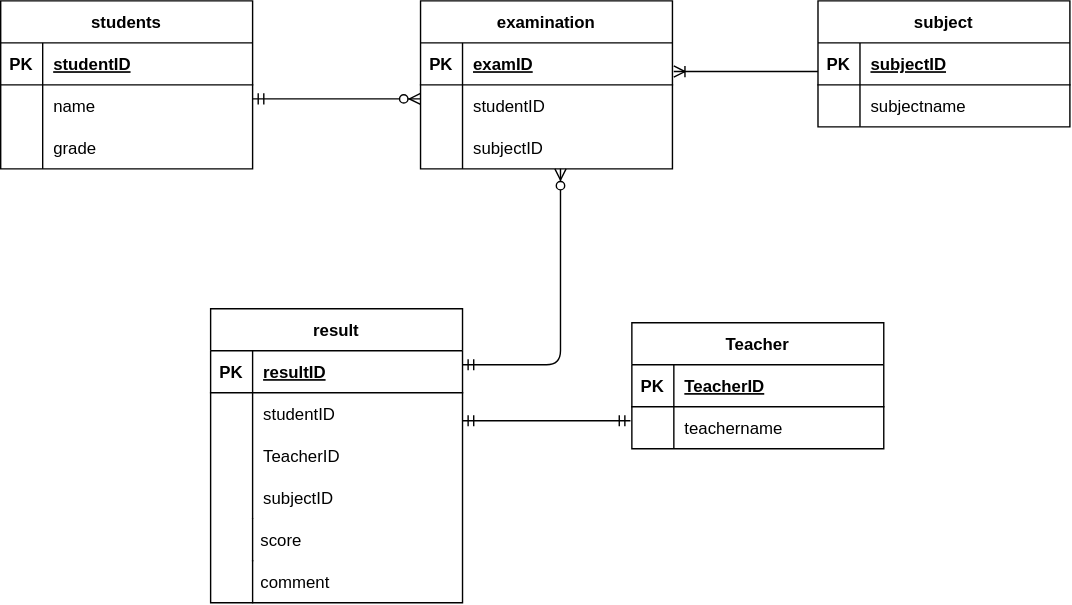
Before: ER.drawio.svg, a diagram exported from draw.io (ohashi3589/20230217_ohashi). Source tidied: cells renumbered, new cells last; positions are measured from the earlier drawing's top-left corner, leaving out a move shared by most shapes.
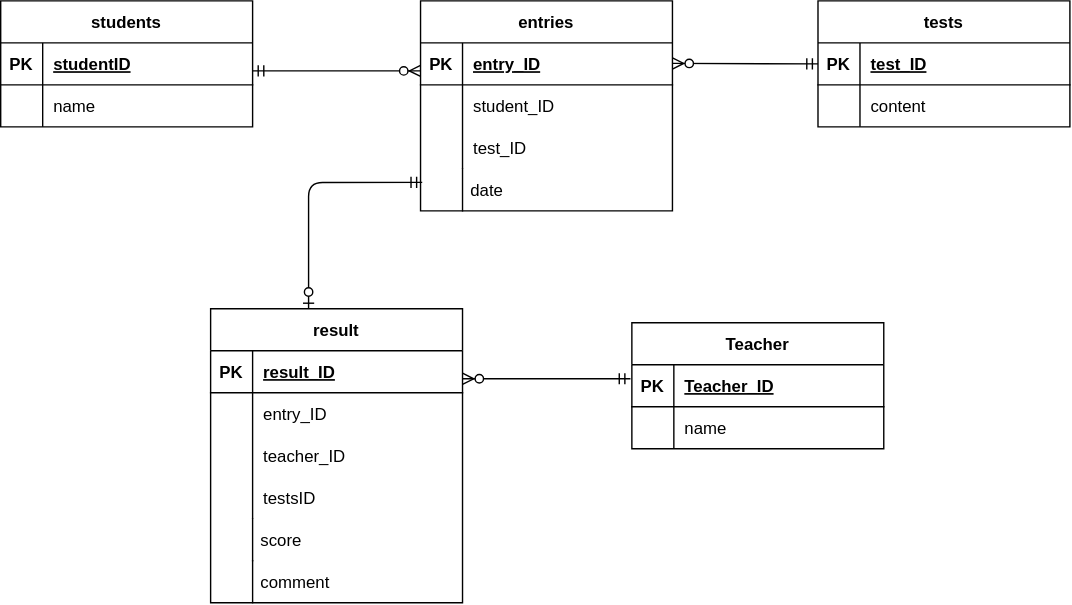
The same file after the commit.

Change to the diagram source:
```diff
@@ -3,7 +3,7 @@
     <mxCell id="0" />
     <mxCell id="1" parent="0" />
     <mxCell id="2" value="students" style="shape=table;startSize=30;rowLines=0;fontStyle=1;align=center;" parent="1" vertex="1">
-      <mxGeometry width="180" height="120" as="geometry" />
+      <mxGeometry width="180" height="90" as="geometry" />
     </mxCell>
     <mxCell id="3" style="shape=tableRow;horizontal=0;startSize=0;swimlaneHead=0;swimlaneBody=0;fillColor=none;top=0;left=0;right=0;bottom=1;" parent="2" vertex="1">
       <mxGeometry y="30" width="180" height="30" as="geometry" />
@@ -23,17 +23,8 @@
     <mxCell id="8" value="name" style="shape=partialRectangle;fillColor=none;top=0;left=0;bottom=0;right=0;align=left;spacingLeft=6;overflow=hidden;" parent="6" vertex="1">
       <mxGeometry x="30" width="150" height="30" as="geometry" />
     </mxCell>
-    <mxCell id="9" style="shape=tableRow;horizontal=0;startSize=0;swimlaneHead=0;swimlaneBody=0;fillColor=none;top=0;left=0;right=0;bottom=0;" parent="2" vertex="1">
-      <mxGeometry y="90" width="180" height="30" as="geometry" />
-    </mxCell>
-    <mxCell id="10" style="shape=partialRectangle;fillColor=none;top=0;left=0;bottom=0;right=0;overflow=hidden;" parent="9" vertex="1">
-      <mxGeometry width="30" height="30" as="geometry" />
-    </mxCell>
-    <mxCell id="11" value="grade" style="shape=partialRectangle;fillColor=none;top=0;left=0;bottom=0;right=0;align=left;spacingLeft=6;overflow=hidden;" parent="9" vertex="1">
-      <mxGeometry x="30" width="150" height="30" as="geometry" />
-    </mxCell>
-    <mxCell id="12" value="examination" style="shape=table;startSize=30;rowLines=0;fontStyle=1;align=center;strokeWidth=1;" parent="1" vertex="1">
-      <mxGeometry x="300" width="180" height="120" as="geometry" />
+    <mxCell id="12" value="entries" style="shape=table;startSize=30;rowLines=0;fontStyle=1;align=center;strokeWidth=1;" parent="1" vertex="1">
+      <mxGeometry x="300" width="180" height="150" as="geometry" />
     </mxCell>
     <mxCell id="13" style="shape=tableRow;horizontal=0;startSize=0;swimlaneHead=0;swimlaneBody=0;fillColor=none;top=0;left=0;right=0;bottom=1;strokeWidth=1;" parent="12" vertex="1">
       <mxGeometry y="30" width="180" height="30" as="geometry" />
@@ -41,7 +32,7 @@
     <mxCell id="14" value="PK" style="shape=partialRectangle;fillColor=none;top=0;left=0;bottom=0;right=0;fontStyle=1;overflow=hidden;strokeWidth=1;" parent="13" vertex="1">
       <mxGeometry width="30" height="30" as="geometry" />
     </mxCell>
-    <mxCell id="15" value="examID" style="shape=partialRectangle;fillColor=none;top=0;left=0;bottom=0;right=0;align=left;spacingLeft=6;fontStyle=5;overflow=hidden;strokeWidth=1;" parent="13" vertex="1">
+    <mxCell id="15" value="entry_ID" style="shape=partialRectangle;fillColor=none;top=0;left=0;bottom=0;right=0;align=left;spacingLeft=6;fontStyle=5;overflow=hidden;strokeWidth=1;" parent="13" vertex="1">
       <mxGeometry x="30" width="150" height="30" as="geometry" />
     </mxCell>
     <mxCell id="16" style="shape=tableRow;horizontal=0;startSize=0;swimlaneHead=0;swimlaneBody=0;fillColor=none;top=0;left=0;right=0;bottom=0;strokeWidth=1;" parent="12" vertex="1">
@@ -50,7 +41,7 @@
     <mxCell id="17" style="shape=partialRectangle;fillColor=none;top=0;left=0;bottom=0;right=0;overflow=hidden;strokeWidth=1;" parent="16" vertex="1">
       <mxGeometry width="30" height="30" as="geometry" />
     </mxCell>
-    <mxCell id="18" value="studentID" style="shape=partialRectangle;fillColor=none;top=0;left=0;bottom=0;right=0;align=left;spacingLeft=6;overflow=hidden;strokeWidth=1;" parent="16" vertex="1">
+    <mxCell id="18" value="student_ID" style="shape=partialRectangle;fillColor=none;top=0;left=0;bottom=0;right=0;align=left;spacingLeft=6;overflow=hidden;strokeWidth=1;" parent="16" vertex="1">
       <mxGeometry x="30" width="150" height="30" as="geometry" />
     </mxCell>
     <mxCell id="19" style="shape=tableRow;horizontal=0;startSize=0;swimlaneHead=0;swimlaneBody=0;fillColor=none;top=0;left=0;right=0;bottom=0;strokeWidth=1;" parent="12" vertex="1">
@@ -59,10 +50,10 @@
     <mxCell id="20" style="shape=partialRectangle;fillColor=none;top=0;left=0;bottom=0;right=0;overflow=hidden;strokeWidth=1;" parent="19" vertex="1">
       <mxGeometry width="30" height="30" as="geometry" />
     </mxCell>
-    <mxCell id="21" value="subjectID" style="shape=partialRectangle;fillColor=none;top=0;left=0;bottom=0;right=0;align=left;spacingLeft=6;overflow=hidden;strokeWidth=1;" parent="19" vertex="1">
+    <mxCell id="21" value="test_ID" style="shape=partialRectangle;fillColor=none;top=0;left=0;bottom=0;right=0;align=left;spacingLeft=6;overflow=hidden;strokeWidth=1;" parent="19" vertex="1">
       <mxGeometry x="30" width="150" height="30" as="geometry" />
     </mxCell>
-    <mxCell id="22" value="subject" style="shape=table;startSize=30;rowLines=0;fontStyle=1;align=center;strokeWidth=1;" parent="1" vertex="1">
+    <mxCell id="22" value="tests" style="shape=table;startSize=30;rowLines=0;fontStyle=1;align=center;strokeWidth=1;" parent="1" vertex="1">
       <mxGeometry x="584" width="180" height="90" as="geometry" />
     </mxCell>
     <mxCell id="23" style="shape=tableRow;horizontal=0;startSize=0;swimlaneHead=0;swimlaneBody=0;fillColor=none;points=[[0,0.5],[1,0.5]];portConstraint=eastwest;top=0;left=0;right=0;bottom=1;strokeWidth=1;" parent="22" vertex="1">
@@ -71,7 +62,7 @@
     <mxCell id="24" value="PK" style="shape=partialRectangle;fillColor=none;top=0;left=0;bottom=0;right=0;fontStyle=1;overflow=hidden;strokeWidth=1;" parent="23" vertex="1">
       <mxGeometry width="30" height="30" as="geometry" />
     </mxCell>
-    <mxCell id="25" value="subjectID" style="shape=partialRectangle;fillColor=none;top=0;left=0;bottom=0;right=0;align=left;spacingLeft=6;fontStyle=5;overflow=hidden;strokeWidth=1;" parent="23" vertex="1">
+    <mxCell id="25" value="test_ID" style="shape=partialRectangle;fillColor=none;top=0;left=0;bottom=0;right=0;align=left;spacingLeft=6;fontStyle=5;overflow=hidden;strokeWidth=1;" parent="23" vertex="1">
       <mxGeometry x="30" width="150" height="30" as="geometry" />
     </mxCell>
     <mxCell id="26" style="shape=tableRow;horizontal=0;startSize=0;swimlaneHead=0;swimlaneBody=0;fillColor=none;top=0;left=0;right=0;bottom=0;strokeWidth=1;" parent="22" vertex="1">
@@ -80,7 +71,7 @@
     <mxCell id="27" style="shape=partialRectangle;fillColor=none;top=0;left=0;bottom=0;right=0;overflow=hidden;strokeWidth=1;" parent="26" vertex="1">
       <mxGeometry width="30" height="30" as="geometry" />
     </mxCell>
-    <mxCell id="28" value="subjectname" style="shape=partialRectangle;fillColor=none;top=0;left=0;bottom=0;right=0;align=left;spacingLeft=6;overflow=hidden;strokeWidth=1;" parent="26" vertex="1">
+    <mxCell id="28" value="content" style="shape=partialRectangle;fillColor=none;top=0;left=0;bottom=0;right=0;align=left;spacingLeft=6;overflow=hidden;strokeWidth=1;" parent="26" vertex="1">
       <mxGeometry x="30" width="150" height="30" as="geometry" />
     </mxCell>
     <mxCell id="29" value="result" style="shape=table;startSize=30;rowLines=0;fontStyle=1;align=center;strokeWidth=1;" parent="1" vertex="1">
@@ -92,7 +83,7 @@
     <mxCell id="31" value="PK" style="shape=partialRectangle;fillColor=none;top=0;left=0;bottom=0;right=0;fontStyle=1;overflow=hidden;strokeWidth=1;" parent="30" vertex="1">
       <mxGeometry width="30" height="30" as="geometry" />
     </mxCell>
-    <mxCell id="32" value="resultID" style="shape=partialRectangle;fillColor=none;top=0;left=0;bottom=0;right=0;align=left;spacingLeft=6;fontStyle=5;overflow=hidden;strokeWidth=1;" parent="30" vertex="1">
+    <mxCell id="32" value="result_ID" style="shape=partialRectangle;fillColor=none;top=0;left=0;bottom=0;right=0;align=left;spacingLeft=6;fontStyle=5;overflow=hidden;strokeWidth=1;" parent="30" vertex="1">
       <mxGeometry x="30" width="150" height="30" as="geometry" />
     </mxCell>
     <mxCell id="33" style="shape=tableRow;horizontal=0;startSize=0;swimlaneHead=0;swimlaneBody=0;fillColor=none;top=0;left=0;right=0;bottom=0;strokeWidth=1;" parent="29" vertex="1">
@@ -101,7 +92,7 @@
     <mxCell id="34" style="shape=partialRectangle;fillColor=none;top=0;left=0;bottom=0;right=0;overflow=hidden;strokeWidth=1;" parent="33" vertex="1">
       <mxGeometry width="30" height="30" as="geometry" />
     </mxCell>
-    <mxCell id="35" value="studentID" style="shape=partialRectangle;fillColor=none;top=0;left=0;bottom=0;right=0;align=left;spacingLeft=6;overflow=hidden;strokeWidth=0;" parent="33" vertex="1">
+    <mxCell id="35" value="entry_ID" style="shape=partialRectangle;fillColor=none;top=0;left=0;bottom=0;right=0;align=left;spacingLeft=6;overflow=hidden;strokeWidth=0;" parent="33" vertex="1">
       <mxGeometry x="30" width="150" height="30" as="geometry" />
     </mxCell>
     <mxCell id="36" style="shape=tableRow;horizontal=0;startSize=0;swimlaneHead=0;swimlaneBody=0;fillColor=none;top=0;left=0;right=0;bottom=0;strokeWidth=1;" parent="29" vertex="1">
@@ -110,7 +101,7 @@
     <mxCell id="37" style="shape=partialRectangle;fillColor=none;top=0;left=0;bottom=0;right=0;overflow=hidden;strokeWidth=1;" parent="36" vertex="1">
       <mxGeometry width="30" height="30" as="geometry" />
     </mxCell>
-    <mxCell id="38" value="TeacherID" style="shape=partialRectangle;fillColor=none;top=0;left=0;bottom=0;right=0;align=left;spacingLeft=6;overflow=hidden;strokeWidth=1;" parent="36" vertex="1">
+    <mxCell id="38" value="teacher_ID" style="shape=partialRectangle;fillColor=none;top=0;left=0;bottom=0;right=0;align=left;spacingLeft=6;overflow=hidden;strokeWidth=1;" parent="36" vertex="1">
       <mxGeometry x="30" width="150" height="30" as="geometry" />
     </mxCell>
     <mxCell id="39" style="shape=tableRow;horizontal=0;startSize=0;swimlaneHead=0;swimlaneBody=0;fillColor=none;top=0;left=0;right=0;bottom=0;strokeWidth=1;swimlaneLine=1;" parent="29" vertex="1">
@@ -119,7 +110,7 @@
     <mxCell id="40" style="shape=partialRectangle;fillColor=none;top=0;left=0;bottom=0;right=0;overflow=hidden;strokeWidth=1;" parent="39" vertex="1">
       <mxGeometry width="30" height="30" as="geometry" />
     </mxCell>
-    <mxCell id="41" value="subjectID" style="shape=partialRectangle;fillColor=none;top=0;left=0;bottom=0;right=0;align=left;spacingLeft=6;overflow=hidden;strokeWidth=1;" parent="39" vertex="1">
+    <mxCell id="41" value="testsID" style="shape=partialRectangle;fillColor=none;top=0;left=0;bottom=0;right=0;align=left;spacingLeft=6;overflow=hidden;strokeWidth=1;" parent="39" vertex="1">
       <mxGeometry x="30" width="150" height="30" as="geometry" />
     </mxCell>
     <mxCell id="42" value=" score" style="shape=partialRectangle;fillColor=none;align=left;verticalAlign=middle;strokeColor=none;spacingLeft=34;strokeWidth=1;" parent="1" vertex="1">
@@ -137,7 +128,7 @@
     <mxCell id="46" value="PK" style="shape=partialRectangle;fillColor=none;top=0;left=0;bottom=0;right=0;fontStyle=1;overflow=hidden;strokeWidth=1;" parent="45" vertex="1">
       <mxGeometry width="30" height="30" as="geometry" />
     </mxCell>
-    <mxCell id="47" value="TeacherID" style="shape=partialRectangle;fillColor=none;top=0;left=0;bottom=0;right=0;align=left;spacingLeft=6;fontStyle=5;overflow=hidden;strokeWidth=1;" parent="45" vertex="1">
+    <mxCell id="47" value="Teacher_ID" style="shape=partialRectangle;fillColor=none;top=0;left=0;bottom=0;right=0;align=left;spacingLeft=6;fontStyle=5;overflow=hidden;strokeWidth=1;" parent="45" vertex="1">
       <mxGeometry x="30" width="150" height="30" as="geometry" />
     </mxCell>
     <mxCell id="48" style="shape=tableRow;horizontal=0;startSize=0;swimlaneHead=0;swimlaneBody=0;fillColor=none;top=0;left=0;right=0;bottom=0;strokeWidth=1;" parent="44" vertex="1">
@@ -146,7 +137,7 @@
     <mxCell id="49" style="shape=partialRectangle;fillColor=none;top=0;left=0;bottom=0;right=0;overflow=hidden;strokeWidth=1;" parent="48" vertex="1">
       <mxGeometry width="30" height="30" as="geometry" />
     </mxCell>
-    <mxCell id="50" value="teachername" style="shape=partialRectangle;fillColor=none;top=0;left=0;bottom=0;right=0;align=left;spacingLeft=6;overflow=hidden;strokeWidth=1;" parent="48" vertex="1">
+    <mxCell id="50" value="name" style="shape=partialRectangle;fillColor=none;top=0;left=0;bottom=0;right=0;align=left;spacingLeft=6;overflow=hidden;strokeWidth=1;" parent="48" vertex="1">
       <mxGeometry x="30" width="150" height="30" as="geometry" />
     </mxCell>
     <mxCell id="51" value=" comment" style="shape=partialRectangle;fillColor=none;align=left;verticalAlign=middle;strokeColor=none;spacingLeft=34;strokeWidth=1;" parent="1" vertex="1">
@@ -155,29 +146,37 @@
     <mxCell id="52" style="shape=partialRectangle;top=0;left=0;bottom=0;fillColor=none;stokeWidth=1;align=left;verticalAlign=middle;spacingLeft=4;spacingRight=4;overflow=hidden;strokeWidth=1;" parent="51" vertex="1">
       <mxGeometry width="30" height="30" as="geometry" />
     </mxCell>
-    <mxCell id="53" style="fontSize=12;html=1;endArrow=ERmandOne;startArrow=ERmandOne;" parent="1" edge="1">
-      <mxGeometry relative="1" as="geometry">
-        <mxPoint x="330" y="300" as="sourcePoint" />
-        <mxPoint x="450" y="300" as="targetPoint" />
-      </mxGeometry>
-    </mxCell>
-    <mxCell id="54" style="fontSize=12;html=1;endArrow=ERoneToMany;entryX=-0.017;entryY=0.283;entryDx=0;entryDy=0;entryPerimeter=0;exitX=-0.006;exitY=0.283;exitDx=0;exitDy=0;exitPerimeter=0;" parent="1" edge="1">
-      <mxGeometry relative="1" as="geometry">
-        <mxPoint x="583.9" y="50.5" as="sourcePoint" />
-        <mxPoint x="480.9" y="50.5" as="targetPoint" />
-      </mxGeometry>
-    </mxCell>
-    <mxCell id="55" style="fontSize=12;html=1;endArrow=ERzeroToMany;startArrow=ERmandOne;" parent="1" edge="1">
+    <mxCell id="55" style="fontSize=12;html=1;endArrow=ERzeroToMany;startArrow=ERmandOne;exitX=0;exitY=0.5;exitDx=0;exitDy=0;" parent="1" edge="1" source="23">
       <mxGeometry relative="1" as="geometry">
-        <mxPoint x="180" y="70" as="sourcePoint" />
-        <mxPoint x="300" y="70" as="targetPoint" />
+        <mxPoint x="480" y="44.7" as="targetPoint" />
       </mxGeometry>
     </mxCell>
-    <mxCell id="56" style="edgeStyle=orthogonalEdgeStyle;fontSize=12;html=1;endArrow=ERzeroToMany;startArrow=ERmandOne;" parent="1" edge="1">
-      <mxGeometry relative="1" as="geometry">
-        <mxPoint x="330" y="260" as="sourcePoint" />
-        <mxPoint x="400" y="120" as="targetPoint" />
-      </mxGeometry>
-    </mxCell>
+    <mxCell id="57" value=" date" style="shape=partialRectangle;fillColor=none;align=left;verticalAlign=middle;strokeColor=none;spacingLeft=34;strokeWidth=1;" parent="1" vertex="1">
+      <mxGeometry x="300" y="120" width="90" height="30" as="geometry" />
+    </mxCell>
+    <mxCell id="58" style="shape=partialRectangle;top=0;left=0;bottom=0;fillColor=none;stokeWidth=1;align=left;verticalAlign=middle;spacingLeft=4;spacingRight=4;overflow=hidden;strokeWidth=1;" parent="57" vertex="1">
+      <mxGeometry width="30" height="30" as="geometry" />
+    </mxCell>
+    <mxCell id="59" style="edgeStyle=orthogonalEdgeStyle;fontSize=12;html=1;endArrow=ERzeroToOne;startArrow=ERmandOne;elbow=vertical;exitX=0.68;exitY=-0.011;exitDx=0;exitDy=0;exitPerimeter=0;" parent="1" edge="1">
+      <mxGeometry relative="1" as="geometry">
+        <mxPoint x="301.2" y="129.7" as="sourcePoint" />
+        <mxPoint x="220" y="220" as="targetPoint" />
+        <Array as="points">
+          <mxPoint x="220" y="130" />
+        </Array>
+      </mxGeometry>
+    </mxCell>
+    <mxCell id="60" style="fontSize=12;html=1;endArrow=ERzeroToMany;startArrow=ERmandOne;elbow=vertical;" parent="1" edge="1">
+      <mxGeometry relative="1" as="geometry">
+        <mxPoint x="450" y="270" as="sourcePoint" />
+        <mxPoint x="330" y="270" as="targetPoint" />
+      </mxGeometry>
+    </mxCell>
+    <mxCell id="61" style="fontSize=12;html=1;endArrow=ERzeroToMany;startArrow=ERmandOne;elbow=vertical;" parent="1" edge="1">
+      <mxGeometry relative="1" as="geometry">
+        <mxPoint x="180" y="50" as="sourcePoint" />
+        <mxPoint x="300" y="50" as="targetPoint" />
+      </mxGeometry>
+    </mxCell>
   </root>
 </mxGraphModel>
```
